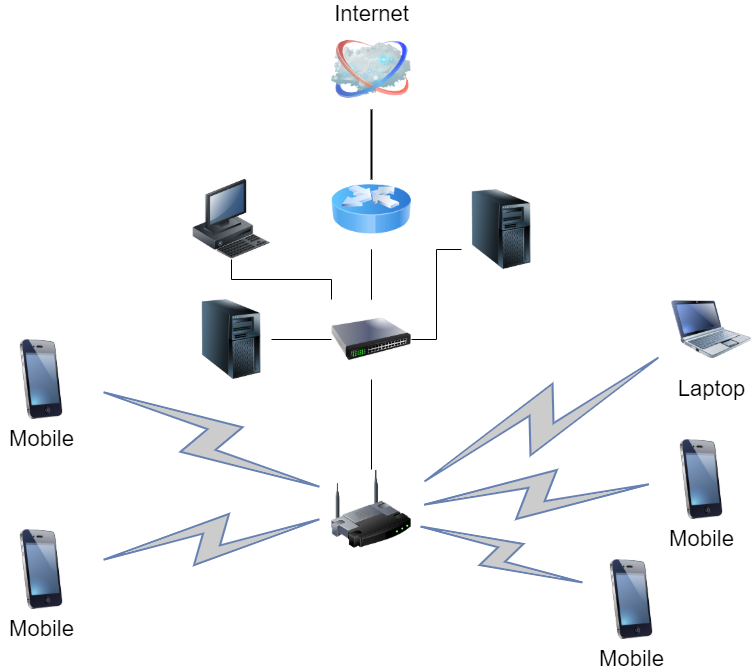
Above: 03-sysadmin-08-net/home_net.drawio.png in EvdokimovAlexandr/devops-netology (draw.io), before the change. Source tidied: cells renumbered, new cells last; positions are measured from the earlier drawing's top-left corner, leaving out a move shared by most shapes.
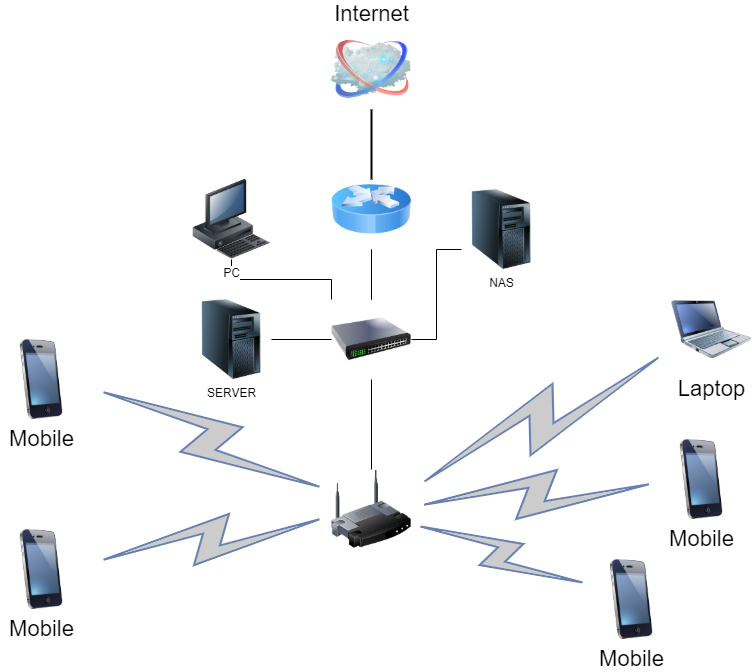
Above is the later version.

The edit, as a diff of the source:
```diff
@@ -58,10 +58,10 @@
     <mxCell id="17" style="image;html=1;image=img/lib/clip_art/networking/Switch_128x128.png;" parent="1" vertex="1">
       <mxGeometry x="330" y="270" width="80" height="80" as="geometry" />
     </mxCell>
-    <mxCell id="18" style="image;html=1;image=img/lib/clip_art/computers/Server_Tower_128x128.png;" parent="1" vertex="1">
+    <mxCell id="18" value="SERVER" style="image;html=1;image=img/lib/clip_art/computers/Server_Tower_128x128.png;" parent="1" vertex="1">
       <mxGeometry x="190" y="270" width="80" height="80" as="geometry" />
     </mxCell>
-    <mxCell id="19" style="image;html=1;image=img/lib/clip_art/computers/Server_Tower_128x128.png;" parent="1" vertex="1">
+    <mxCell id="19" value="NAS" style="image;html=1;image=img/lib/clip_art/computers/Server_Tower_128x128.png;" parent="1" vertex="1">
       <mxGeometry x="460" y="160" width="80" height="80" as="geometry" />
     </mxCell>
     <mxCell id="20" style="edgeStyle=orthogonalEdgeStyle;rounded=0;jettySize=auto;html=1;endArrow=none;endFill=0;entryX=0;entryY=0;entryDx=0;entryDy=0;" parent="1" edge="1" source="21" target="17">
@@ -72,7 +72,7 @@
         </Array>
       </mxGeometry>
     </mxCell>
-    <mxCell id="21" style="image;html=1;image=img/lib/clip_art/computers/Workstation_128x128.png;" parent="1" vertex="1">
+    <mxCell id="21" value="PC" style="image;html=1;image=img/lib/clip_art/computers/Workstation_128x128.png;" parent="1" vertex="1">
       <mxGeometry x="190" y="150" width="80" height="80" as="geometry" />
     </mxCell>
     <mxCell id="22" style="edgeStyle=orthogonalEdgeStyle;rounded=0;jettySize=auto;html=1;endArrow=none;endFill=0;exitX=0;exitY=0.75;exitDx=0;exitDy=0;entryX=1;entryY=0.5;entryDx=0;entryDy=0;" parent="1" edge="1" source="19" target="17">
```
